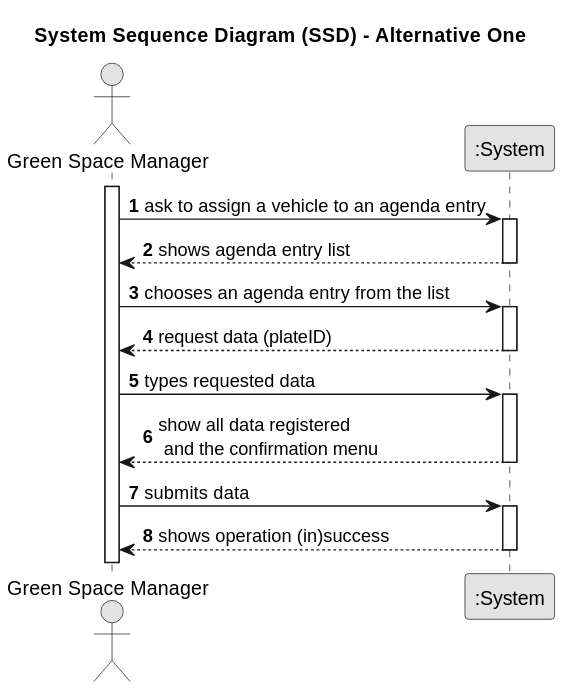
Above: docs/sprintC/us026/01.requirements-engineering/svg/us026-system-sequence-diagram-alternative-one-System_Sequence_Diagram__SSD____Alternative_One.svg in SAEmanuel/Green_Spaces_Management_ISEP (PlantUML), before the change. Its diagram source:
```plantuml
@startuml
skinparam monochrome true
skinparam packageStyle rectangle
skinparam shadowing false

title System Sequence Diagram (SSD) - Alternative One

autonumber

actor "Green Space Manager" as Employee
participant ":System" as System


activate Employee

    Employee -> System : ask to assign a vehicle to an agenda entry
    activate System

        System --> Employee : shows agenda entry list
    deactivate System

    Employee -> System : chooses an agenda entry from the list

    activate System

        System --> Employee : request data (plateID)
    deactivate System

     Employee -> System : types requested data

     activate System

     System --> Employee : show all data registered\n and the confirmation menu
     deactivate System

    Employee -> System : submits data
    activate System

        System --> Employee : shows operation (in)success
    deactivate System
@enduml
```
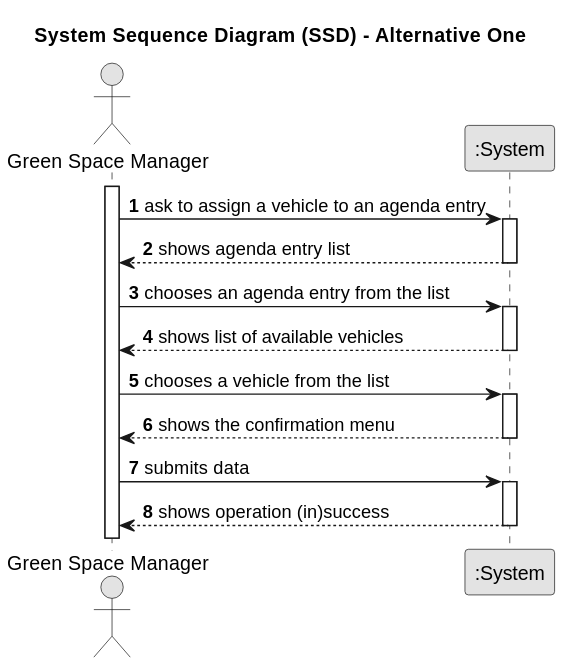
Above is the later version.

Change to the diagram source:
```diff
@@ -23,14 +23,14 @@
 
     activate System
 
-        System --> Employee : request data (plateID)
+        System --> Employee : shows list of available vehicles
     deactivate System
 
-     Employee -> System : types requested data
+     Employee -> System : chooses a vehicle from the list
 
      activate System
 
-     System --> Employee : show all data registered\n and the confirmation menu
+     System --> Employee : shows the confirmation menu
      deactivate System
 
     Employee -> System : submits data
```
